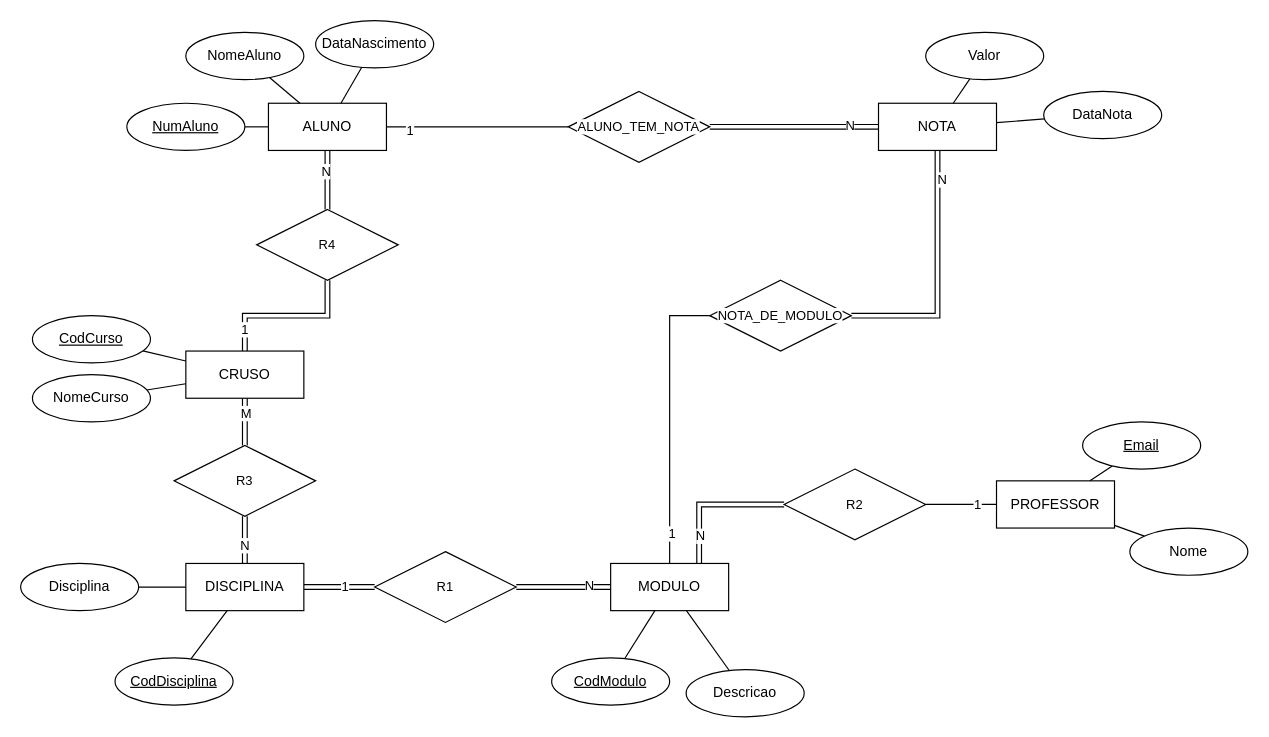
Afas09/Analise-de-Sistemas keeps this draw.io diagram as Notas.drawio. Above is the earlier version. Source tidied: cells renumbered, new cells numbered last; positions are measured from the earlier drawing's top-left corner, leaving out a move shared by most shapes. Both pictures are drawn from the tidied source at 118%, with x=0, y=0 at pixel (20, 20).
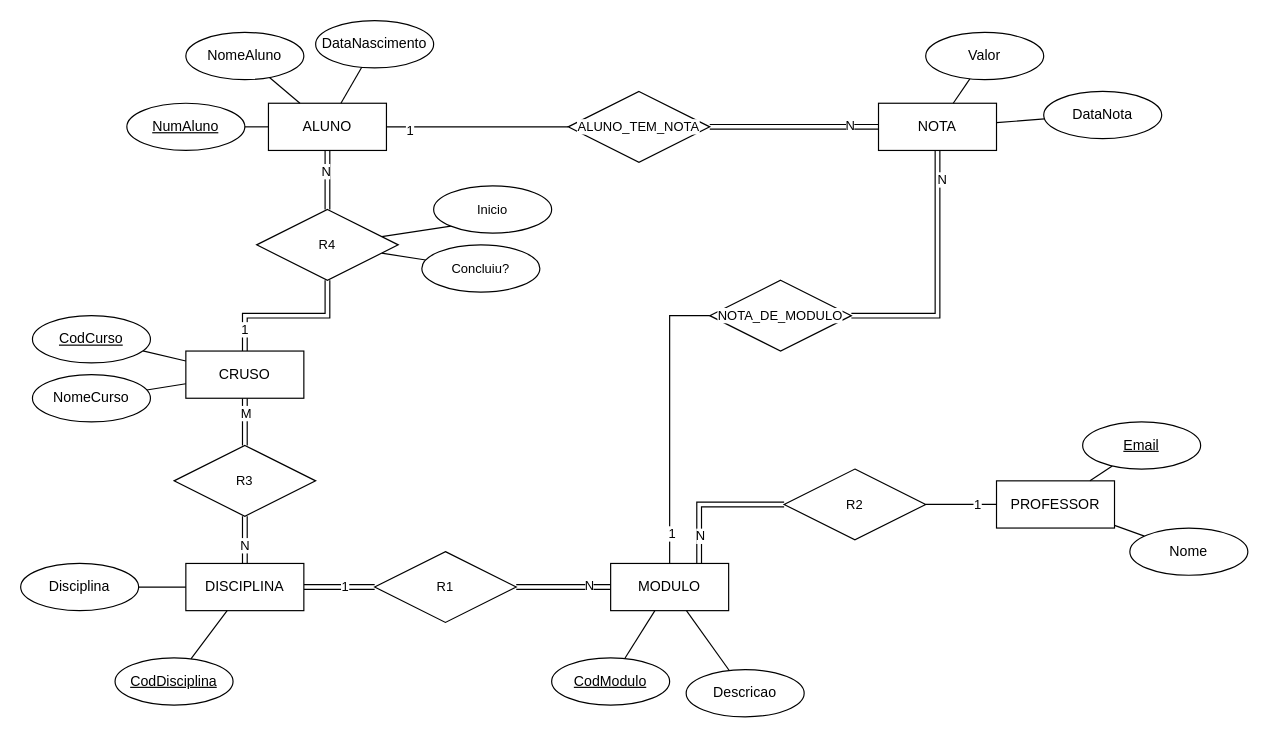
Above is the later version.

The change refers to these unchanged cells:
```xml
<mxCell id="63" value="R4" style="shape=rhombus;perimeter=rhombusPerimeter;whiteSpace=wrap;html=1;align=center;fontFamily=Helvetica;fontSize=11;fontColor=default;labelBackgroundColor=default;" parent="1" vertex="1">
  <mxGeometry x="200" y="160" width="120" height="60" as="geometry" />
</mxCell>
```

Diff of the diagram source:
```diff
@@
+    <mxCell id="64" style="shape=connector;rounded=0;jettySize=auto;html=1;strokeColor=default;align=center;verticalAlign=middle;fontFamily=Helvetica;fontSize=11;fontColor=default;labelBackgroundColor=default;endArrow=none;endFill=0;" parent="1" edge="1" source="63" target="67">
+      <mxGeometry relative="1" as="geometry" />
+    </mxCell>
+    <mxCell id="65" style="edgeStyle=none;shape=connector;rounded=0;jettySize=auto;html=1;entryX=0;entryY=1;entryDx=0;entryDy=0;strokeColor=default;align=center;verticalAlign=middle;fontFamily=Helvetica;fontSize=11;fontColor=default;labelBackgroundColor=default;endArrow=none;endFill=0;" parent="1" edge="1" source="63" target="66">
+      <mxGeometry relative="1" as="geometry" />
+    </mxCell>
@@
+    <mxCell id="66" value="Inicio" style="ellipse;whiteSpace=wrap;html=1;align=center;fontFamily=Helvetica;fontSize=11;fontColor=default;labelBackgroundColor=default;" parent="1" vertex="1">
+      <mxGeometry x="350" y="140" width="100" height="40" as="geometry" />
+    </mxCell>
+    <mxCell id="67" value="Concluiu?" style="ellipse;whiteSpace=wrap;html=1;align=center;fontFamily=Helvetica;fontSize=11;fontColor=default;labelBackgroundColor=default;" parent="1" vertex="1">
+      <mxGeometry x="340" y="190" width="100" height="40" as="geometry" />
+    </mxCell>
```
